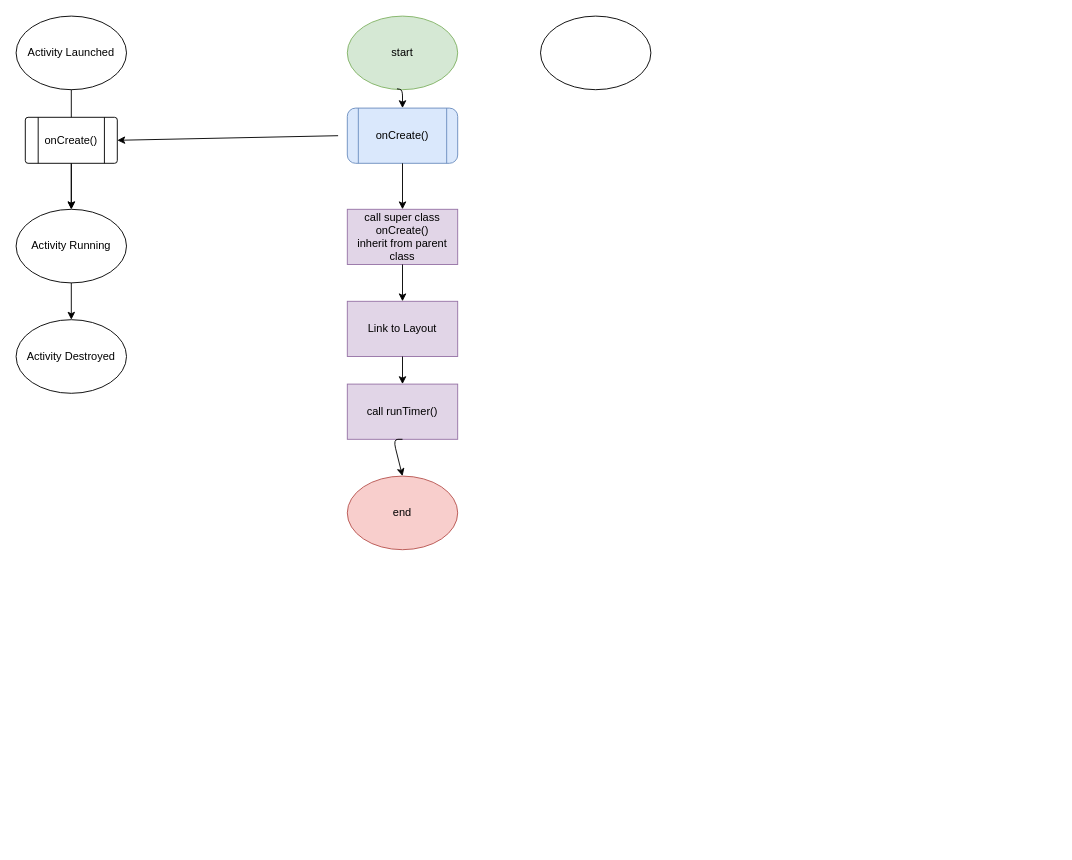
LydiaPorter/AppDev keeps this draw.io diagram as activity lifecycle.drawio. Above is the earlier version. Source tidied: cells renumbered, new cells numbered last; positions are measured from the earlier drawing's top-left corner, leaving out a move shared by most shapes. Both pictures are drawn from the tidied source at 92%, with x=0, y=0 at pixel (16, 16).
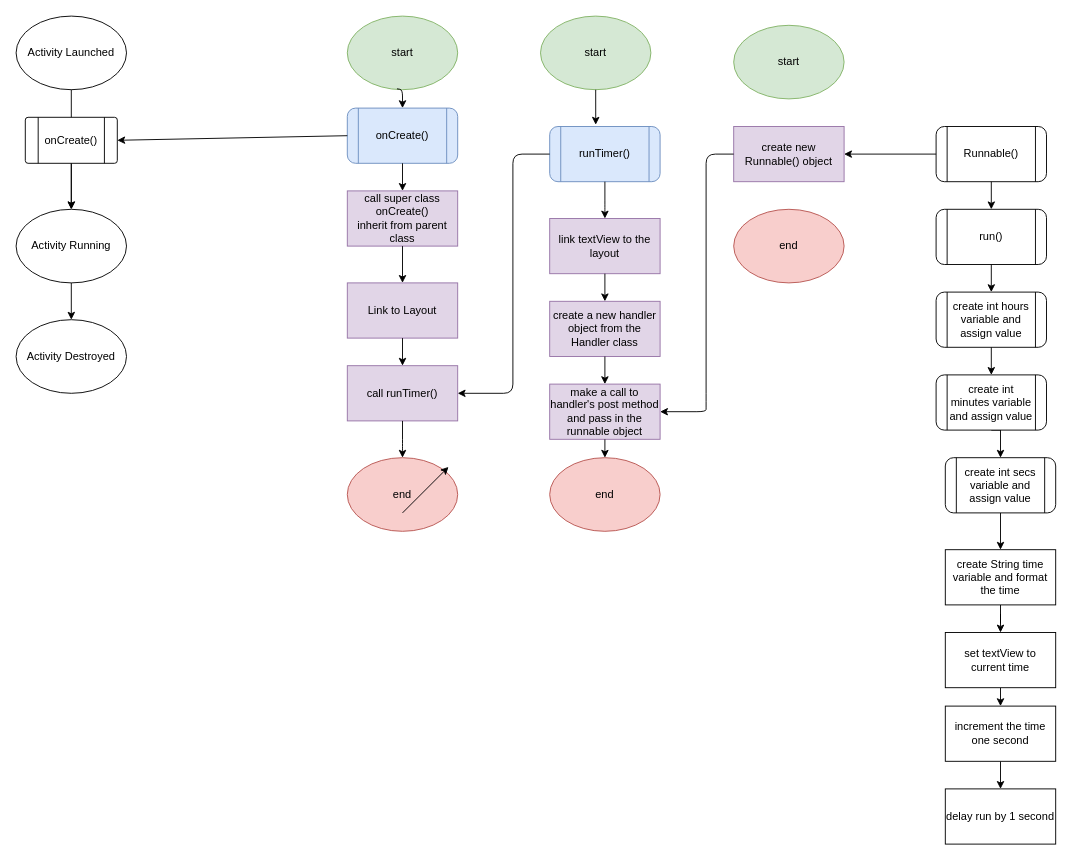
The same page after the edit.

Unchanged cells that the change refers to:
```xml
<mxCell id="8" value="onCreate()" style="verticalLabelPosition=middle;verticalAlign=middle;html=1;shape=process;whiteSpace=wrap;rounded=1;size=0.14;arcSize=6;labelPosition=center;align=center;" parent="1" vertex="1">
  <mxGeometry x="10" y="110" width="100" height="50" as="geometry" />
</mxCell>
<mxCell id="10" value="onCreate()" style="shape=process;whiteSpace=wrap;html=1;backgroundOutline=1;rounded=1;fillColor=#dae8fc;strokeColor=#6c8ebf;" parent="1" vertex="1">
  <mxGeometry x="360" y="100" width="120" height="60" as="geometry" />
</mxCell>
```

Diff of the diagram source:
```diff
@@
     <mxCell id="11" value="call super class&lt;br&gt;onCreate()&lt;br&gt;inherit from parent class" style="rounded=0;whiteSpace=wrap;html=1;fillColor=#e1d5e7;strokeColor=#9673a6;" parent="1" vertex="1">
-      <mxGeometry x="360" y="210" width="120" height="60" as="geometry" />
+      <mxGeometry x="360" y="190" width="120" height="60" as="geometry" />
     </mxCell>
     <mxCell id="12" value="Link to Layout" style="rounded=0;whiteSpace=wrap;html=1;fillColor=#e1d5e7;strokeColor=#9673a6;" parent="1" vertex="1">
-      <mxGeometry x="360" y="310" width="120" height="60" as="geometry" />
+      <mxGeometry x="360" y="290" width="120" height="60" as="geometry" />
     </mxCell>
@@
     <mxCell id="16" value="call runTimer()" style="rounded=0;whiteSpace=wrap;html=1;fillColor=#e1d5e7;strokeColor=#9673a6;" parent="1" vertex="1">
-      <mxGeometry x="360" y="400" width="120" height="60" as="geometry" />
+      <mxGeometry x="360" y="380" width="120" height="60" as="geometry" />
     </mxCell>
@@
     <mxCell id="18" value="end" style="ellipse;whiteSpace=wrap;html=1;rounded=1;fillColor=#f8cecc;strokeColor=#b85450;" parent="1" vertex="1">
-      <mxGeometry x="360" y="500" width="120" height="80" as="geometry" />
+      <mxGeometry x="360" y="480" width="120" height="80" as="geometry" />
     </mxCell>
     <mxCell id="19" style="endArrow=classic;html=1;entryX=0.5;entryY=0;entryDx=0;entryDy=0;exitX=0.5;exitY=1;exitDx=0;exitDy=0;" parent="1" edge="1" source="16" target="18">
       <mxGeometry relative="1" as="geometry">
         <Array as="points">
-          <mxPoint x="410" y="460" />
+          <mxPoint x="420" y="470" />
         </Array>
       </mxGeometry>
     </mxCell>
-    <mxCell id="20" style="endArrow=classic;html=1;entryX=1;entryY=0.5;entryDx=0;entryDy=0;" parent="1" edge="1" target="8">
-      <mxGeometry relative="1" as="geometry">
-        <mxPoint x="350" y="130" as="sourcePoint" />
-      </mxGeometry>
+    <mxCell id="20" style="endArrow=classic;html=1;entryX=1;entryY=0.5;entryDx=0;entryDy=0;exitX=0;exitY=0.5;exitDx=0;exitDy=0;" parent="1" edge="1" source="10" target="8">
+      <mxGeometry relative="1" as="geometry" />
     </mxCell>
-    <mxCell id="21" style="ellipse;whiteSpace=wrap;html=1;rounded=1;" parent="1" vertex="1">
+    <mxCell id="21" value="start" style="ellipse;whiteSpace=wrap;html=1;rounded=1;fillColor=#d5e8d4;strokeColor=#82b366;" parent="1" vertex="1">
       <mxGeometry x="570" width="120" height="80" as="geometry" />
     </mxCell>
+    <mxCell id="22" value="runTimer()" style="shape=process;whiteSpace=wrap;html=1;backgroundOutline=1;rounded=1;fillColor=#dae8fc;strokeColor=#6c8ebf;" parent="1" vertex="1">
+      <mxGeometry x="580" y="120" width="120" height="60" as="geometry" />
+    </mxCell>
+    <mxCell id="23" value="link textView to the layout" style="rounded=0;whiteSpace=wrap;html=1;fillColor=#e1d5e7;strokeColor=#9673a6;" parent="1" vertex="1">
+      <mxGeometry x="580" y="220" width="120" height="60" as="geometry" />
+    </mxCell>
+    <mxCell id="24" style="endArrow=classic;html=1;entryX=0.417;entryY=-0.033;entryDx=0;entryDy=0;entryPerimeter=0;" parent="1" edge="1" source="21" target="22">
+      <mxGeometry relative="1" as="geometry" />
+    </mxCell>
+    <mxCell id="25" style="endArrow=classic;html=1;entryX=0.5;entryY=0;entryDx=0;entryDy=0;exitX=0.5;exitY=1;exitDx=0;exitDy=0;" parent="1" edge="1" source="22" target="23">
+      <mxGeometry relative="1" as="geometry">
+        <Array as="points">
+          <mxPoint x="640" y="210" />
+        </Array>
+      </mxGeometry>
+    </mxCell>
+    <mxCell id="26" value="create a new handler object from the Handler class" style="rounded=0;whiteSpace=wrap;html=1;fillColor=#e1d5e7;strokeColor=#9673a6;" parent="1" vertex="1">
+      <mxGeometry x="580" y="310" width="120" height="60" as="geometry" />
+    </mxCell>
+    <mxCell id="27" style="endArrow=classic;html=1;entryX=0.5;entryY=0;entryDx=0;entryDy=0;exitX=0.5;exitY=1;exitDx=0;exitDy=0;" parent="1" edge="1" source="23" target="26">
+      <mxGeometry relative="1" as="geometry" />
+    </mxCell>
+    <mxCell id="28" value="make a call to handler's post method and pass in the runnable object" style="rounded=0;whiteSpace=wrap;html=1;fillColor=#e1d5e7;strokeColor=#9673a6;" parent="1" vertex="1">
+      <mxGeometry x="580" y="400" width="120" height="60" as="geometry" />
+    </mxCell>
+    <mxCell id="29" style="endArrow=classic;html=1;entryX=0.5;entryY=0;entryDx=0;entryDy=0;exitX=0.5;exitY=1;exitDx=0;exitDy=0;" parent="1" edge="1" source="26" target="28">
+      <mxGeometry relative="1" as="geometry" />
+    </mxCell>
+    <mxCell id="30" value="end" style="ellipse;whiteSpace=wrap;html=1;rounded=1;fillColor=#f8cecc;strokeColor=#b85450;" parent="1" vertex="1">
+      <mxGeometry x="580" y="480" width="120" height="80" as="geometry" />
+    </mxCell>
+    <mxCell id="31" style="endArrow=classic;html=1;exitX=0.5;exitY=1;exitDx=0;exitDy=0;entryX=0.5;entryY=0;entryDx=0;entryDy=0;" parent="1" edge="1" source="28" target="30">
+      <mxGeometry relative="1" as="geometry" />
+    </mxCell>
+    <mxCell id="32" value="start" style="ellipse;whiteSpace=wrap;html=1;rounded=1;fillColor=#d5e8d4;strokeColor=#82b366;" parent="1" vertex="1">
+      <mxGeometry x="780" y="10" width="120" height="80" as="geometry" />
+    </mxCell>
+    <mxCell id="33" style="endArrow=classic;html=1;exitX=0;exitY=0.5;exitDx=0;exitDy=0;entryX=1;entryY=0.5;entryDx=0;entryDy=0;" parent="1" edge="1" source="22" target="16">
+      <mxGeometry relative="1" as="geometry">
+        <Array as="points">
+          <mxPoint x="540" y="150" />
+          <mxPoint x="540" y="410" />
+        </Array>
+      </mxGeometry>
+    </mxCell>
+    <mxCell id="34" value="create new Runnable() object" style="rounded=0;whiteSpace=wrap;html=1;fillColor=#e1d5e7;strokeColor=#9673a6;" parent="1" vertex="1">
+      <mxGeometry x="780" y="120" width="120" height="60" as="geometry" />
+    </mxCell>
+    <mxCell id="35" style="endArrow=classic;html=1;" parent="1" edge="1">
+      <mxGeometry relative="1" as="geometry">
+        <mxPoint x="420" y="540" as="sourcePoint" />
+        <mxPoint x="470" y="490" as="targetPoint" />
+      </mxGeometry>
+    </mxCell>
+    <mxCell id="36" style="endArrow=classic;html=1;entryX=1;entryY=0.5;entryDx=0;entryDy=0;exitX=0;exitY=0.5;exitDx=0;exitDy=0;" parent="1" edge="1" source="34" target="28">
+      <mxGeometry relative="1" as="geometry">
+        <Array as="points">
+          <mxPoint x="750" y="150" />
+          <mxPoint x="750" y="420" />
+          <mxPoint x="750" y="430" />
+        </Array>
+      </mxGeometry>
+    </mxCell>
+    <mxCell id="37" value="end" style="ellipse;whiteSpace=wrap;html=1;rounded=1;fillColor=#f8cecc;strokeColor=#b85450;" parent="1" vertex="1">
+      <mxGeometry x="780" y="210" width="120" height="80" as="geometry" />
+    </mxCell>
+    <mxCell id="38" value="Runnable()" style="shape=process;whiteSpace=wrap;html=1;backgroundOutline=1;rounded=1;" parent="1" vertex="1">
+      <mxGeometry x="1000" y="120" width="120" height="60" as="geometry" />
+    </mxCell>
+    <mxCell id="39" value="run()" style="shape=process;whiteSpace=wrap;html=1;backgroundOutline=1;rounded=1;" parent="1" vertex="1">
+      <mxGeometry x="1000" y="210" width="120" height="60" as="geometry" />
+    </mxCell>
+    <mxCell id="40" style="endArrow=classic;html=1;exitX=0;exitY=0.5;exitDx=0;exitDy=0;entryX=1;entryY=0.5;entryDx=0;entryDy=0;" parent="1" edge="1" source="38" target="34">
+      <mxGeometry relative="1" as="geometry" />
+    </mxCell>
+    <mxCell id="41" style="endArrow=classic;html=1;entryX=0.5;entryY=0;entryDx=0;entryDy=0;exitX=0.5;exitY=1;exitDx=0;exitDy=0;" parent="1" edge="1" source="38" target="39">
+      <mxGeometry relative="1" as="geometry" />
+    </mxCell>
+    <mxCell id="42" value="create int hours variable and assign value" style="shape=process;whiteSpace=wrap;html=1;backgroundOutline=1;rounded=1;" parent="1" vertex="1">
+      <mxGeometry x="1000" y="300" width="120" height="60" as="geometry" />
+    </mxCell>
+    <mxCell id="43" style="endArrow=classic;html=1;entryX=0.5;entryY=0;entryDx=0;entryDy=0;exitX=0.5;exitY=1;exitDx=0;exitDy=0;" parent="1" edge="1" source="39" target="42">
+      <mxGeometry relative="1" as="geometry" />
+    </mxCell>
+    <mxCell id="44" style="edgeStyle=orthogonalEdgeStyle;rounded=0;jettySize=auto;html=1;exitX=0.5;exitY=1;exitDx=0;exitDy=0;entryX=0.5;entryY=0;entryDx=0;entryDy=0;" parent="1" edge="1" source="45" target="47">
+      <mxGeometry relative="1" as="geometry" />
+    </mxCell>
+    <mxCell id="45" value="create int minutes variable and assign value" style="shape=process;whiteSpace=wrap;html=1;backgroundOutline=1;rounded=1;" parent="1" vertex="1">
+      <mxGeometry x="1000" y="390" width="120" height="60" as="geometry" />
+    </mxCell>
+    <mxCell id="46" style="edgeStyle=orthogonalEdgeStyle;rounded=0;jettySize=auto;html=1;exitX=0.5;exitY=1;exitDx=0;exitDy=0;" parent="1" edge="1" source="47" target="50">
+      <mxGeometry relative="1" as="geometry" />
+    </mxCell>
+    <mxCell id="47" value="create int secs variable and assign value" style="shape=process;whiteSpace=wrap;html=1;backgroundOutline=1;rounded=1;" parent="1" vertex="1">
+      <mxGeometry x="1010" y="480" width="120" height="60" as="geometry" />
+    </mxCell>
+    <mxCell id="48" style="endArrow=classic;html=1;" parent="1" edge="1" source="42" target="45">
+      <mxGeometry relative="1" as="geometry" />
+    </mxCell>
+    <mxCell id="49" style="edgeStyle=orthogonalEdgeStyle;rounded=0;jettySize=auto;html=1;exitX=0.5;exitY=1;exitDx=0;exitDy=0;" parent="1" edge="1" source="50" target="52">
+      <mxGeometry relative="1" as="geometry" />
+    </mxCell>
+    <mxCell id="50" value="create String time variable and format the time" style="rounded=0;whiteSpace=wrap;html=1;" parent="1" vertex="1">
+      <mxGeometry x="1010" y="580" width="120" height="60" as="geometry" />
+    </mxCell>
+    <mxCell id="51" style="edgeStyle=orthogonalEdgeStyle;rounded=0;jettySize=auto;html=1;exitX=0.5;exitY=1;exitDx=0;exitDy=0;entryX=0.5;entryY=0;entryDx=0;entryDy=0;" parent="1" edge="1" source="52" target="54">
+      <mxGeometry relative="1" as="geometry" />
+    </mxCell>
+    <mxCell id="52" value="set textView to current time" style="rounded=0;whiteSpace=wrap;html=1;" parent="1" vertex="1">
+      <mxGeometry x="1010" y="670" width="120" height="60" as="geometry" />
+    </mxCell>
+    <mxCell id="53" style="edgeStyle=orthogonalEdgeStyle;rounded=0;jettySize=auto;html=1;exitX=0.5;exitY=1;exitDx=0;exitDy=0;entryX=0.5;entryY=0;entryDx=0;entryDy=0;" parent="1" edge="1" source="54" target="55">
+      <mxGeometry relative="1" as="geometry" />
+    </mxCell>
+    <mxCell id="54" value="increment the time one second" style="rounded=0;whiteSpace=wrap;html=1;" parent="1" vertex="1">
+      <mxGeometry x="1010" y="750" width="120" height="60" as="geometry" />
+    </mxCell>
+    <mxCell id="55" value="delay run by 1 second" style="rounded=0;whiteSpace=wrap;html=1;" parent="1" vertex="1">
+      <mxGeometry x="1010" y="840" width="120" height="60" as="geometry" />
+    </mxCell>
```
